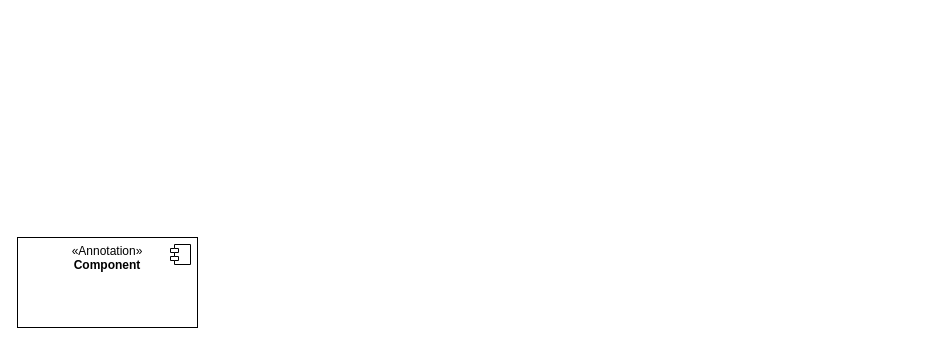
Above: api渠道组件图.drawio in yuanlj-tea/picgo (draw.io), before the change. Source tidied: cells renumbered, new cells numbered last; positions are measured from the earlier drawing's top-left corner, leaving out a move shared by most shapes. Both pictures are drawn from the tidied source at 100%, with x=0, y=0 at pixel (17, 237).
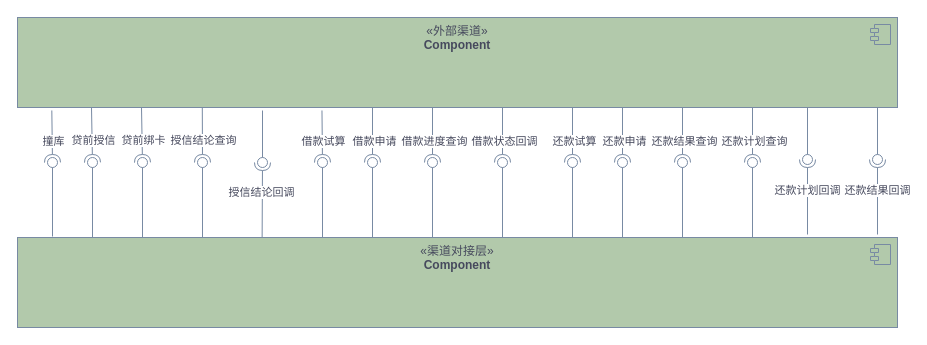
The same diagram, later.

Commit message:
更新api渠道组件图.drawio

What changed in the source:
```diff
@@
-    <mxCell id="2" value="&amp;laquo;Annotation&amp;raquo;&lt;br/&gt;&lt;b&gt;Component&lt;/b&gt;" style="html=1;whiteSpace=wrap;verticalAlign=top;" parent="1" vertex="1">
-      <mxGeometry width="180" height="90" as="geometry" />
+    <mxCell id="2" value="«渠道对接层»&lt;br&gt;&lt;b&gt;Component&lt;/b&gt;" style="html=1;whiteSpace=wrap;verticalAlign=top;labelBackgroundColor=none;fillColor=#B2C9AB;strokeColor=#788AA3;fontColor=#46495D;" parent="1" vertex="1">
+      <mxGeometry width="880" height="90" as="geometry" />
     </mxCell>
-    <mxCell id="3" style="shape=module;jettyWidth=8;jettyHeight=4;" parent="2" vertex="1">
+    <mxCell id="3" style="shape=module;jettyWidth=8;jettyHeight=4;labelBackgroundColor=none;fillColor=#B2C9AB;strokeColor=#788AA3;fontColor=#46495D;" parent="2" vertex="1">
       <mxGeometry x="1" width="20" height="20" relative="1" as="geometry">
         <mxPoint x="-27" y="7" as="offset" />
       </mxGeometry>
     </mxCell>
+    <mxCell id="4" value="«外部渠道»&lt;br&gt;&lt;b&gt;Component&lt;/b&gt;" style="html=1;whiteSpace=wrap;verticalAlign=top;labelBackgroundColor=none;fillColor=#B2C9AB;strokeColor=#788AA3;fontColor=#46495D;" parent="1" vertex="1">
+      <mxGeometry y="-220" width="880" height="90" as="geometry" />
+    </mxCell>
+    <mxCell id="5" style="shape=module;jettyWidth=8;jettyHeight=4;labelBackgroundColor=none;fillColor=#B2C9AB;strokeColor=#788AA3;fontColor=#46495D;" parent="4" vertex="1">
+      <mxGeometry x="1" width="20" height="20" relative="1" as="geometry">
+        <mxPoint x="-27" y="7" as="offset" />
+      </mxGeometry>
+    </mxCell>
+    <mxCell id="6" style="rounded=0;jettySize=auto;html=1;endArrow=halfCircle;endFill=0;endSize=6;strokeWidth=1;sketch=0;strokeColor=#788AA3;fontColor=#46495D;fillColor=#B2C9AB;exitX=0.039;exitY=1.033;exitDx=0;exitDy=0;exitPerimeter=0;" parent="1" edge="1" source="4" target="9">
+      <mxGeometry relative="1" as="geometry" />
+    </mxCell>
+    <mxCell id="7" value="撞库" style="edgeLabel;html=1;align=center;verticalAlign=middle;strokeColor=#788AA3;fontColor=#46495D;fillColor=#B2C9AB;" parent="6" vertex="1">
+      <mxGeometry x="0.21" y="1" relative="1" as="geometry" />
+    </mxCell>
+    <mxCell id="8" style="rounded=0;jettySize=auto;html=1;endArrow=oval;endFill=0;sketch=0;sourcePerimeterSpacing=0;targetPerimeterSpacing=0;endSize=10;strokeColor=#788AA3;fontColor=#46495D;fillColor=#B2C9AB;" parent="1" edge="1" target="9">
+      <mxGeometry relative="1" as="geometry">
+        <mxPoint x="35" y="-1" as="sourcePoint" />
+      </mxGeometry>
+    </mxCell>
+    <mxCell id="9" style="ellipse;whiteSpace=wrap;html=1;align=center;fillColor=none;strokeColor=none;perimeter=centerPerimeter;points=[];outlineConnect=1;fontColor=#46495D;" parent="1" vertex="1">
+      <mxGeometry x="30" y="-80" width="10" height="10" as="geometry" />
+    </mxCell>
+    <mxCell id="10" style="rounded=0;jettySize=auto;html=1;endArrow=halfCircle;endFill=0;endSize=6;strokeWidth=1;sketch=0;strokeColor=#788AA3;fontColor=#46495D;fillColor=#B2C9AB;exitX=0.084;exitY=1;exitDx=0;exitDy=0;exitPerimeter=0;" parent="1" edge="1" target="13">
+      <mxGeometry relative="1" as="geometry">
+        <mxPoint x="74" y="-130" as="sourcePoint" />
+      </mxGeometry>
+    </mxCell>
+    <mxCell id="11" value="贷前授信" style="edgeLabel;html=1;align=center;verticalAlign=middle;strokeColor=#788AA3;fontColor=#46495D;fillColor=#B2C9AB;" parent="10" vertex="1">
+      <mxGeometry x="0.21" y="1" relative="1" as="geometry" />
+    </mxCell>
+    <mxCell id="12" style="rounded=0;jettySize=auto;html=1;endArrow=oval;endFill=0;sketch=0;sourcePerimeterSpacing=0;targetPerimeterSpacing=0;endSize=10;strokeColor=#788AA3;fontColor=#46495D;fillColor=#B2C9AB;exitX=0.086;exitY=0.004;exitDx=0;exitDy=0;exitPerimeter=0;" parent="1" edge="1" target="13">
+      <mxGeometry relative="1" as="geometry">
+        <mxPoint x="75" as="sourcePoint" />
+      </mxGeometry>
+    </mxCell>
+    <mxCell id="13" style="ellipse;whiteSpace=wrap;html=1;align=center;fillColor=none;strokeColor=none;perimeter=centerPerimeter;points=[];outlineConnect=1;fontColor=#46495D;" parent="1" vertex="1">
+      <mxGeometry x="70" y="-80" width="10" height="10" as="geometry" />
+    </mxCell>
+    <mxCell id="14" style="rounded=0;jettySize=auto;html=1;endArrow=halfCircle;endFill=0;endSize=6;strokeWidth=1;sketch=0;strokeColor=#788AA3;fontColor=#46495D;fillColor=#B2C9AB;exitX=0.084;exitY=1;exitDx=0;exitDy=0;exitPerimeter=0;" parent="1" edge="1" target="17">
+      <mxGeometry relative="1" as="geometry">
+        <mxPoint x="124" y="-130" as="sourcePoint" />
+      </mxGeometry>
+    </mxCell>
+    <mxCell id="15" value="贷前绑卡" style="edgeLabel;html=1;align=center;verticalAlign=middle;strokeColor=#788AA3;fontColor=#46495D;fillColor=#B2C9AB;" parent="14" vertex="1">
+      <mxGeometry x="0.21" y="1" relative="1" as="geometry" />
+    </mxCell>
+    <mxCell id="16" style="rounded=0;jettySize=auto;html=1;endArrow=oval;endFill=0;sketch=0;sourcePerimeterSpacing=0;targetPerimeterSpacing=0;endSize=10;strokeColor=#788AA3;fontColor=#46495D;fillColor=#B2C9AB;exitX=0.086;exitY=0.004;exitDx=0;exitDy=0;exitPerimeter=0;" parent="1" edge="1" target="17">
+      <mxGeometry relative="1" as="geometry">
+        <mxPoint x="125" as="sourcePoint" />
+      </mxGeometry>
+    </mxCell>
+    <mxCell id="17" style="ellipse;whiteSpace=wrap;html=1;align=center;fillColor=none;strokeColor=none;perimeter=centerPerimeter;points=[];outlineConnect=1;fontColor=#46495D;" parent="1" vertex="1">
+      <mxGeometry x="120" y="-80" width="10" height="10" as="geometry" />
+    </mxCell>
+    <mxCell id="18" style="rounded=0;jettySize=auto;html=1;endArrow=halfCircle;endFill=0;endSize=6;strokeWidth=1;sketch=0;strokeColor=#788AA3;fontColor=#46495D;fillColor=#B2C9AB;exitX=0.21;exitY=1;exitDx=0;exitDy=0;exitPerimeter=0;" parent="1" edge="1" source="4" target="21">
+      <mxGeometry relative="1" as="geometry" />
+    </mxCell>
+    <mxCell id="19" value="授信结论查询" style="edgeLabel;html=1;align=center;verticalAlign=middle;strokeColor=#788AA3;fontColor=#46495D;fillColor=#B2C9AB;" parent="18" vertex="1">
+      <mxGeometry x="0.21" y="1" relative="1" as="geometry" />
+    </mxCell>
+    <mxCell id="20" style="rounded=0;jettySize=auto;html=1;endArrow=oval;endFill=0;sketch=0;sourcePerimeterSpacing=0;targetPerimeterSpacing=0;endSize=10;strokeColor=#788AA3;fontColor=#46495D;fillColor=#B2C9AB;exitX=0.086;exitY=0.004;exitDx=0;exitDy=0;exitPerimeter=0;" parent="1" edge="1" target="21">
+      <mxGeometry relative="1" as="geometry">
+        <mxPoint x="185" as="sourcePoint" />
+      </mxGeometry>
+    </mxCell>
+    <mxCell id="21" style="ellipse;whiteSpace=wrap;html=1;align=center;fillColor=none;strokeColor=none;perimeter=centerPerimeter;points=[];outlineConnect=1;fontColor=#46495D;" parent="1" vertex="1">
+      <mxGeometry x="180" y="-80" width="10" height="10" as="geometry" />
+    </mxCell>
+    <mxCell id="22" style="rounded=0;jettySize=auto;html=1;endArrow=halfCircle;endFill=0;endSize=6;strokeWidth=1;sketch=0;strokeColor=#788AA3;fontColor=#46495D;fillColor=#B2C9AB;exitX=0.278;exitY=0;exitDx=0;exitDy=0;exitPerimeter=0;" parent="1" edge="1" source="2" target="25">
+      <mxGeometry relative="1" as="geometry" />
+    </mxCell>
+    <mxCell id="23" value="授信结论回调" style="edgeLabel;html=1;align=center;verticalAlign=middle;strokeColor=#788AA3;fontColor=#46495D;fillColor=#B2C9AB;" parent="22" vertex="1">
+      <mxGeometry x="0.21" y="1" relative="1" as="geometry" />
+    </mxCell>
+    <mxCell id="24" style="rounded=0;jettySize=auto;html=1;endArrow=oval;endFill=0;sketch=0;sourcePerimeterSpacing=0;targetPerimeterSpacing=0;endSize=10;strokeColor=#788AA3;fontColor=#46495D;fillColor=#B2C9AB;" parent="1" edge="1" target="25">
+      <mxGeometry relative="1" as="geometry">
+        <mxPoint x="245" y="-127" as="sourcePoint" />
+      </mxGeometry>
+    </mxCell>
+    <mxCell id="25" style="ellipse;whiteSpace=wrap;html=1;align=center;fillColor=none;strokeColor=none;perimeter=centerPerimeter;points=[];outlineConnect=1;fontColor=#46495D;" parent="1" vertex="1">
+      <mxGeometry x="240" y="-80" width="10" height="10" as="geometry" />
+    </mxCell>
+    <mxCell id="26" style="rounded=0;jettySize=auto;html=1;endArrow=halfCircle;endFill=0;endSize=6;strokeWidth=1;sketch=0;strokeColor=#788AA3;fontColor=#46495D;fillColor=#B2C9AB;exitX=0.346;exitY=1.033;exitDx=0;exitDy=0;exitPerimeter=0;" parent="1" edge="1" source="4" target="29">
+      <mxGeometry relative="1" as="geometry" />
+    </mxCell>
+    <mxCell id="27" value="借款试算" style="edgeLabel;html=1;align=center;verticalAlign=middle;strokeColor=#788AA3;fontColor=#46495D;fillColor=#B2C9AB;" parent="26" vertex="1">
+      <mxGeometry x="0.21" y="1" relative="1" as="geometry" />
+    </mxCell>
+    <mxCell id="28" style="rounded=0;jettySize=auto;html=1;endArrow=oval;endFill=0;sketch=0;sourcePerimeterSpacing=0;targetPerimeterSpacing=0;endSize=10;strokeColor=#788AA3;fontColor=#46495D;fillColor=#B2C9AB;exitX=0.086;exitY=0.004;exitDx=0;exitDy=0;exitPerimeter=0;" parent="1" edge="1" target="29">
+      <mxGeometry relative="1" as="geometry">
+        <mxPoint x="305" as="sourcePoint" />
+      </mxGeometry>
+    </mxCell>
+    <mxCell id="29" style="ellipse;whiteSpace=wrap;html=1;align=center;fillColor=none;strokeColor=none;perimeter=centerPerimeter;points=[];outlineConnect=1;fontColor=#46495D;" parent="1" vertex="1">
+      <mxGeometry x="300" y="-80" width="10" height="10" as="geometry" />
+    </mxCell>
+    <mxCell id="30" style="rounded=0;jettySize=auto;html=1;endArrow=halfCircle;endFill=0;endSize=6;strokeWidth=1;sketch=0;strokeColor=#788AA3;fontColor=#46495D;fillColor=#B2C9AB;exitX=0.622;exitY=1.004;exitDx=0;exitDy=0;exitPerimeter=0;" parent="1" edge="1" target="33">
+      <mxGeometry relative="1" as="geometry">
+        <mxPoint x="355" y="-130" as="sourcePoint" />
+      </mxGeometry>
+    </mxCell>
+    <mxCell id="31" value="借款申请" style="edgeLabel;html=1;align=center;verticalAlign=middle;strokeColor=#788AA3;fontColor=#46495D;fillColor=#B2C9AB;" parent="30" vertex="1">
+      <mxGeometry x="0.21" y="1" relative="1" as="geometry" />
+    </mxCell>
+    <mxCell id="32" style="rounded=0;jettySize=auto;html=1;endArrow=oval;endFill=0;sketch=0;sourcePerimeterSpacing=0;targetPerimeterSpacing=0;endSize=10;strokeColor=#788AA3;fontColor=#46495D;fillColor=#B2C9AB;exitX=0.086;exitY=0.004;exitDx=0;exitDy=0;exitPerimeter=0;" parent="1" edge="1" target="33">
+      <mxGeometry relative="1" as="geometry">
+        <mxPoint x="355" as="sourcePoint" />
+      </mxGeometry>
+    </mxCell>
+    <mxCell id="33" style="ellipse;whiteSpace=wrap;html=1;align=center;fillColor=none;strokeColor=none;perimeter=centerPerimeter;points=[];outlineConnect=1;fontColor=#46495D;" parent="1" vertex="1">
+      <mxGeometry x="350" y="-80" width="10" height="10" as="geometry" />
+    </mxCell>
+    <mxCell id="34" style="rounded=0;jettySize=auto;html=1;endArrow=halfCircle;endFill=0;endSize=6;strokeWidth=1;sketch=0;strokeColor=#788AA3;fontColor=#46495D;fillColor=#B2C9AB;exitX=0.622;exitY=1.004;exitDx=0;exitDy=0;exitPerimeter=0;" parent="1" edge="1" target="37">
+      <mxGeometry relative="1" as="geometry">
+        <mxPoint x="415" y="-130" as="sourcePoint" />
+      </mxGeometry>
+    </mxCell>
+    <mxCell id="35" value="借款进度查询" style="edgeLabel;html=1;align=center;verticalAlign=middle;strokeColor=#788AA3;fontColor=#46495D;fillColor=#B2C9AB;" parent="34" vertex="1">
+      <mxGeometry x="0.21" y="1" relative="1" as="geometry" />
+    </mxCell>
+    <mxCell id="36" style="rounded=0;jettySize=auto;html=1;endArrow=oval;endFill=0;sketch=0;sourcePerimeterSpacing=0;targetPerimeterSpacing=0;endSize=10;strokeColor=#788AA3;fontColor=#46495D;fillColor=#B2C9AB;exitX=0.086;exitY=0.004;exitDx=0;exitDy=0;exitPerimeter=0;" parent="1" edge="1" target="37">
+      <mxGeometry relative="1" as="geometry">
+        <mxPoint x="415" as="sourcePoint" />
+      </mxGeometry>
+    </mxCell>
+    <mxCell id="37" style="ellipse;whiteSpace=wrap;html=1;align=center;fillColor=none;strokeColor=none;perimeter=centerPerimeter;points=[];outlineConnect=1;fontColor=#46495D;" parent="1" vertex="1">
+      <mxGeometry x="410" y="-80" width="10" height="10" as="geometry" />
+    </mxCell>
+    <mxCell id="38" style="rounded=0;jettySize=auto;html=1;endArrow=halfCircle;endFill=0;endSize=6;strokeWidth=1;sketch=0;strokeColor=#788AA3;fontColor=#46495D;fillColor=#B2C9AB;exitX=0.622;exitY=1.004;exitDx=0;exitDy=0;exitPerimeter=0;" parent="1" edge="1" target="41">
+      <mxGeometry relative="1" as="geometry">
+        <mxPoint x="485" y="-130" as="sourcePoint" />
+      </mxGeometry>
+    </mxCell>
+    <mxCell id="39" value="借款状态回调" style="edgeLabel;html=1;align=center;verticalAlign=middle;strokeColor=#788AA3;fontColor=#46495D;fillColor=#B2C9AB;" parent="38" vertex="1">
+      <mxGeometry x="0.21" y="1" relative="1" as="geometry" />
+    </mxCell>
+    <mxCell id="40" style="rounded=0;jettySize=auto;html=1;endArrow=oval;endFill=0;sketch=0;sourcePerimeterSpacing=0;targetPerimeterSpacing=0;endSize=10;strokeColor=#788AA3;fontColor=#46495D;fillColor=#B2C9AB;exitX=0.086;exitY=0.004;exitDx=0;exitDy=0;exitPerimeter=0;" parent="1" edge="1" target="41">
+      <mxGeometry relative="1" as="geometry">
+        <mxPoint x="485" as="sourcePoint" />
+      </mxGeometry>
+    </mxCell>
+    <mxCell id="41" style="ellipse;whiteSpace=wrap;html=1;align=center;fillColor=none;strokeColor=none;perimeter=centerPerimeter;points=[];outlineConnect=1;fontColor=#46495D;" parent="1" vertex="1">
+      <mxGeometry x="480" y="-80" width="10" height="10" as="geometry" />
+    </mxCell>
+    <mxCell id="42" style="rounded=0;jettySize=auto;html=1;endArrow=halfCircle;endFill=0;endSize=6;strokeWidth=1;sketch=0;strokeColor=#788AA3;fontColor=#46495D;fillColor=#B2C9AB;exitX=0.622;exitY=1.004;exitDx=0;exitDy=0;exitPerimeter=0;" parent="1" edge="1" target="45">
+      <mxGeometry relative="1" as="geometry">
+        <mxPoint x="555" y="-130" as="sourcePoint" />
+      </mxGeometry>
+    </mxCell>
+    <mxCell id="43" value="还款试算" style="edgeLabel;html=1;align=center;verticalAlign=middle;strokeColor=#788AA3;fontColor=#46495D;fillColor=#B2C9AB;" parent="42" vertex="1">
+      <mxGeometry x="0.21" y="1" relative="1" as="geometry" />
+    </mxCell>
+    <mxCell id="44" style="rounded=0;jettySize=auto;html=1;endArrow=oval;endFill=0;sketch=0;sourcePerimeterSpacing=0;targetPerimeterSpacing=0;endSize=10;strokeColor=#788AA3;fontColor=#46495D;fillColor=#B2C9AB;exitX=0.086;exitY=0.004;exitDx=0;exitDy=0;exitPerimeter=0;" parent="1" edge="1" target="45">
+      <mxGeometry relative="1" as="geometry">
+        <mxPoint x="555" as="sourcePoint" />
+      </mxGeometry>
+    </mxCell>
+    <mxCell id="45" style="ellipse;whiteSpace=wrap;html=1;align=center;fillColor=none;strokeColor=none;perimeter=centerPerimeter;points=[];outlineConnect=1;fontColor=#46495D;" parent="1" vertex="1">
+      <mxGeometry x="550" y="-80" width="10" height="10" as="geometry" />
+    </mxCell>
+    <mxCell id="46" style="rounded=0;jettySize=auto;html=1;endArrow=halfCircle;endFill=0;endSize=6;strokeWidth=1;sketch=0;strokeColor=#788AA3;fontColor=#46495D;fillColor=#B2C9AB;exitX=0.622;exitY=1.004;exitDx=0;exitDy=0;exitPerimeter=0;" parent="1" edge="1" target="49">
+      <mxGeometry relative="1" as="geometry">
+        <mxPoint x="605" y="-130" as="sourcePoint" />
+      </mxGeometry>
+    </mxCell>
+    <mxCell id="47" value="还款申请" style="edgeLabel;html=1;align=center;verticalAlign=middle;strokeColor=#788AA3;fontColor=#46495D;fillColor=#B2C9AB;" parent="46" vertex="1">
+      <mxGeometry x="0.21" y="1" relative="1" as="geometry" />
+    </mxCell>
+    <mxCell id="48" style="rounded=0;jettySize=auto;html=1;endArrow=oval;endFill=0;sketch=0;sourcePerimeterSpacing=0;targetPerimeterSpacing=0;endSize=10;strokeColor=#788AA3;fontColor=#46495D;fillColor=#B2C9AB;exitX=0.086;exitY=0.004;exitDx=0;exitDy=0;exitPerimeter=0;" parent="1" edge="1" target="49">
+      <mxGeometry relative="1" as="geometry">
+        <mxPoint x="605" as="sourcePoint" />
+      </mxGeometry>
+    </mxCell>
+    <mxCell id="49" style="ellipse;whiteSpace=wrap;html=1;align=center;fillColor=none;strokeColor=none;perimeter=centerPerimeter;points=[];outlineConnect=1;fontColor=#46495D;" parent="1" vertex="1">
+      <mxGeometry x="600" y="-80" width="10" height="10" as="geometry" />
+    </mxCell>
+    <mxCell id="50" style="rounded=0;jettySize=auto;html=1;endArrow=halfCircle;endFill=0;endSize=6;strokeWidth=1;sketch=0;strokeColor=#788AA3;fontColor=#46495D;fillColor=#B2C9AB;exitX=0.622;exitY=1.004;exitDx=0;exitDy=0;exitPerimeter=0;" parent="1" edge="1" target="53">
+      <mxGeometry relative="1" as="geometry">
+        <mxPoint x="665" y="-130" as="sourcePoint" />
+      </mxGeometry>
+    </mxCell>
+    <mxCell id="51" value="还款结果查询" style="edgeLabel;html=1;align=center;verticalAlign=middle;strokeColor=#788AA3;fontColor=#46495D;fillColor=#B2C9AB;" parent="50" vertex="1">
+      <mxGeometry x="0.21" y="1" relative="1" as="geometry" />
+    </mxCell>
+    <mxCell id="52" style="rounded=0;jettySize=auto;html=1;endArrow=oval;endFill=0;sketch=0;sourcePerimeterSpacing=0;targetPerimeterSpacing=0;endSize=10;strokeColor=#788AA3;fontColor=#46495D;fillColor=#B2C9AB;exitX=0.086;exitY=0.004;exitDx=0;exitDy=0;exitPerimeter=0;" parent="1" edge="1" target="53">
+      <mxGeometry relative="1" as="geometry">
+        <mxPoint x="665" as="sourcePoint" />
+      </mxGeometry>
+    </mxCell>
+    <mxCell id="53" style="ellipse;whiteSpace=wrap;html=1;align=center;fillColor=none;strokeColor=none;perimeter=centerPerimeter;points=[];outlineConnect=1;fontColor=#46495D;" parent="1" vertex="1">
+      <mxGeometry x="660" y="-80" width="10" height="10" as="geometry" />
+    </mxCell>
+    <mxCell id="54" style="rounded=0;jettySize=auto;html=1;endArrow=halfCircle;endFill=0;endSize=6;strokeWidth=1;sketch=0;strokeColor=#788AA3;fontColor=#46495D;fillColor=#B2C9AB;exitX=0.622;exitY=1.004;exitDx=0;exitDy=0;exitPerimeter=0;" parent="1" edge="1" target="57">
+      <mxGeometry relative="1" as="geometry">
+        <mxPoint x="735" y="-130" as="sourcePoint" />
+      </mxGeometry>
+    </mxCell>
+    <mxCell id="55" value="还款计划查询" style="edgeLabel;html=1;align=center;verticalAlign=middle;strokeColor=#788AA3;fontColor=#46495D;fillColor=#B2C9AB;" parent="54" vertex="1">
+      <mxGeometry x="0.21" y="1" relative="1" as="geometry" />
+    </mxCell>
+    <mxCell id="56" style="rounded=0;jettySize=auto;html=1;endArrow=oval;endFill=0;sketch=0;sourcePerimeterSpacing=0;targetPerimeterSpacing=0;endSize=10;strokeColor=#788AA3;fontColor=#46495D;fillColor=#B2C9AB;exitX=0.086;exitY=0.004;exitDx=0;exitDy=0;exitPerimeter=0;" parent="1" edge="1" target="57">
+      <mxGeometry relative="1" as="geometry">
+        <mxPoint x="735" as="sourcePoint" />
+      </mxGeometry>
+    </mxCell>
+    <mxCell id="57" style="ellipse;whiteSpace=wrap;html=1;align=center;fillColor=none;strokeColor=none;perimeter=centerPerimeter;points=[];outlineConnect=1;fontColor=#46495D;" parent="1" vertex="1">
+      <mxGeometry x="730" y="-80" width="10" height="10" as="geometry" />
+    </mxCell>
+    <mxCell id="58" style="rounded=0;orthogonalLoop=1;jettySize=auto;html=1;endArrow=halfCircle;endFill=0;endSize=6;strokeWidth=1;sketch=0;strokeColor=#788AA3;fontColor=#46495D;fillColor=#B2C9AB;exitX=0.318;exitY=-0.005;exitDx=0;exitDy=0;exitPerimeter=0;" parent="1" edge="1">
+      <mxGeometry relative="1" as="geometry">
+        <mxPoint x="790" y="-3" as="sourcePoint" />
+        <mxPoint x="790" y="-78" as="targetPoint" />
+      </mxGeometry>
+    </mxCell>
+    <mxCell id="59" value="还款计划回调" style="edgeLabel;html=1;align=center;verticalAlign=middle;strokeColor=#788AA3;fontColor=#46495D;fillColor=#B2C9AB;" parent="58" vertex="1">
+      <mxGeometry x="0.21" y="1" relative="1" as="geometry" />
+    </mxCell>
+    <mxCell id="60" style="rounded=0;orthogonalLoop=1;jettySize=auto;html=1;endArrow=oval;endFill=0;sketch=0;sourcePerimeterSpacing=0;targetPerimeterSpacing=0;endSize=10;strokeColor=#788AA3;fontColor=#46495D;fillColor=#B2C9AB;exitX=0.295;exitY=1.033;exitDx=0;exitDy=0;exitPerimeter=0;" parent="1" edge="1">
+      <mxGeometry relative="1" as="geometry">
+        <mxPoint x="790" y="-130" as="sourcePoint" />
+        <mxPoint x="790" y="-78" as="targetPoint" />
+      </mxGeometry>
+    </mxCell>
+    <mxCell id="61" style="ellipse;whiteSpace=wrap;html=1;align=center;fillColor=none;strokeColor=none;perimeter=centerPerimeter;fontColor=#46495D;" parent="1" vertex="1">
+      <mxGeometry x="260" y="-60" width="10" height="10" as="geometry" />
+    </mxCell>
+    <mxCell id="62" style="rounded=0;orthogonalLoop=1;jettySize=auto;html=1;endArrow=halfCircle;endFill=0;endSize=6;strokeWidth=1;sketch=0;strokeColor=#788AA3;fontColor=#46495D;fillColor=#B2C9AB;exitX=0.318;exitY=-0.005;exitDx=0;exitDy=0;exitPerimeter=0;" parent="1" edge="1">
+      <mxGeometry relative="1" as="geometry">
+        <mxPoint x="860" y="-3" as="sourcePoint" />
+        <mxPoint x="860" y="-78" as="targetPoint" />
+      </mxGeometry>
+    </mxCell>
+    <mxCell id="63" value="还款结果回调" style="edgeLabel;html=1;align=center;verticalAlign=middle;strokeColor=#788AA3;fontColor=#46495D;fillColor=#B2C9AB;" parent="62" vertex="1">
+      <mxGeometry x="0.21" y="1" relative="1" as="geometry" />
+    </mxCell>
+    <mxCell id="64" style="rounded=0;orthogonalLoop=1;jettySize=auto;html=1;endArrow=oval;endFill=0;sketch=0;sourcePerimeterSpacing=0;targetPerimeterSpacing=0;endSize=10;strokeColor=#788AA3;fontColor=#46495D;fillColor=#B2C9AB;exitX=0.295;exitY=1.033;exitDx=0;exitDy=0;exitPerimeter=0;" parent="1" edge="1">
+      <mxGeometry relative="1" as="geometry">
+        <mxPoint x="860" y="-130" as="sourcePoint" />
+        <mxPoint x="860" y="-78" as="targetPoint" />
+      </mxGeometry>
+    </mxCell>
```
